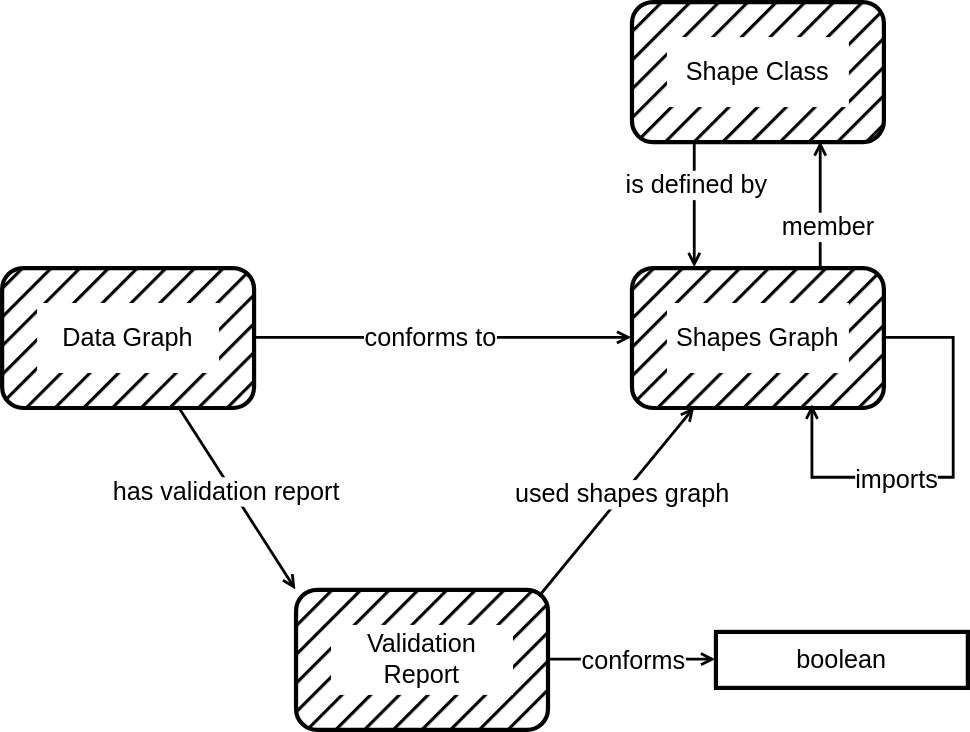
This is shacl12-profiling/img/vocab.svg from w3c/data-shapes, a draw.io export, as it was before one commit. Source tidied: cells renumbered, new cells last; positions are measured from the earlier drawing's top-left corner, leaving out a move shared by most shapes.
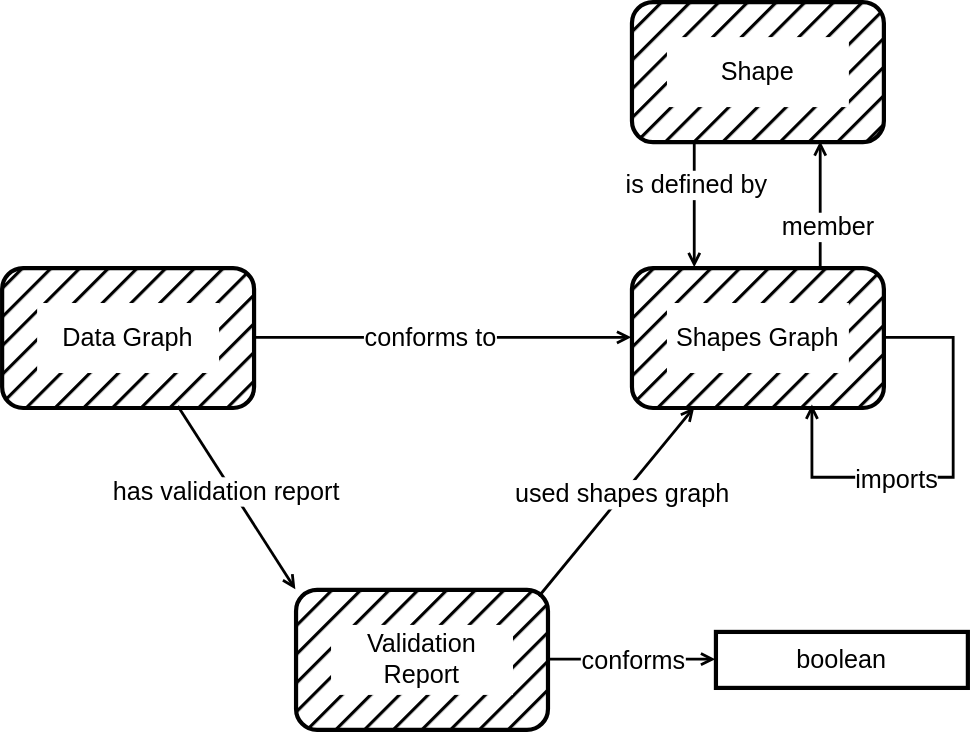
The same diagram one commit later.

Commit message:
ShapeClass -> Shape

The edit, as a diff of the source:
```diff
@@ -88,7 +88,7 @@
     <mxCell id="25" style="rounded=1;whiteSpace=wrap;html=1;fillStyle=hatch;fillColor=light-dark(#000000, #512d2b);strokeColor=#000000;strokeWidth=3;" parent="24" vertex="1">
       <mxGeometry width="180" height="100" as="geometry" />
     </mxCell>
-    <mxCell id="26" value="Shape Class" style="text;html=1;whiteSpace=wrap;strokeColor=none;fillColor=default;align=center;verticalAlign=middle;rounded=0;fillStyle=solid;perimeterSpacing=8;fontSize=18;" parent="24" vertex="1">
+    <mxCell id="26" value="Shape" style="text;html=1;whiteSpace=wrap;strokeColor=none;fillColor=default;align=center;verticalAlign=middle;rounded=0;fillStyle=solid;perimeterSpacing=8;fontSize=18;" parent="24" vertex="1">
       <mxGeometry x="25" y="25" width="130" height="50" as="geometry" />
     </mxCell>
     <mxCell id="27" style="edgeStyle=orthogonalEdgeStyle;rounded=0;jettySize=auto;html=1;endArrow=none;endFill=0;strokeWidth=2;startArrow=open;startFill=0;exitX=0.75;exitY=1;exitDx=0;exitDy=0;entryX=0.75;entryY=0;entryDx=0;entryDy=0;" parent="1" edge="1" source="25" target="22">
```
